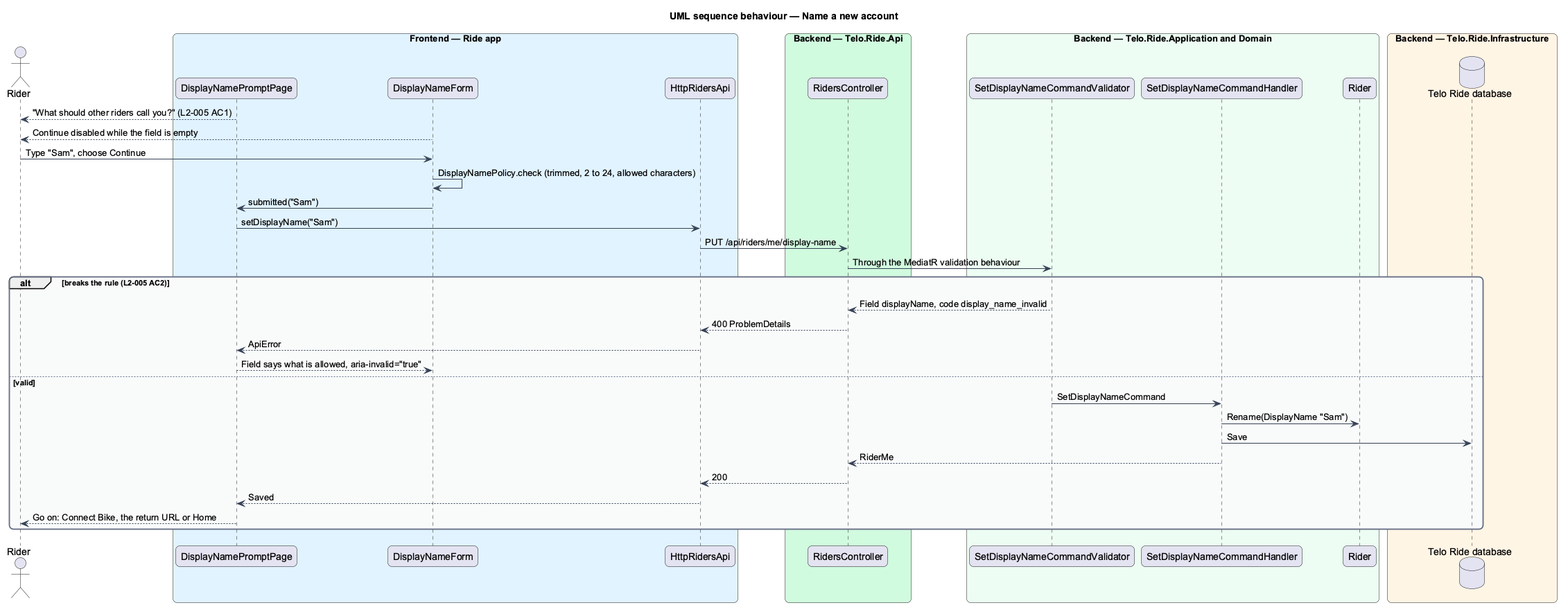
Above: docs/detailed-designs/accounts/choose-a-display-name/diagrams/sequence-name-a-new-account.png in QuinntyneBrown/ride-one (PlantUML), before the change.
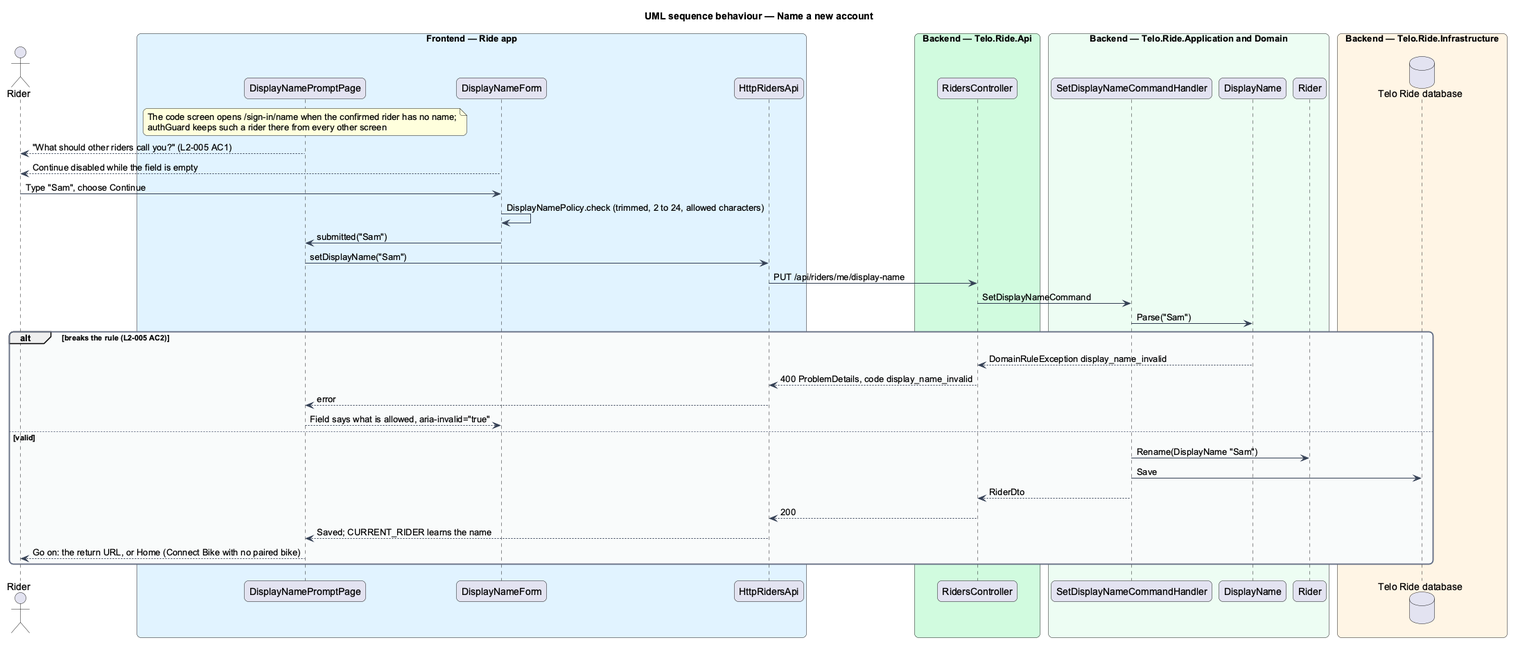
The same diagram one commit later.

What changed in the source:
```diff
@@ -24,13 +24,14 @@
   participant "RidersController" as ctrl
 end box
 box "Backend — Telo.Ride.Application and Domain" #ECFDF3
-  participant "SetDisplayNameCommandValidator" as validator
   participant "SetDisplayNameCommandHandler" as handler
+  participant "DisplayName" as name
   participant "Rider" as rider
 end box
 box "Backend — Telo.Ride.Infrastructure" #FFF4E5
   database "Telo Ride database" as db
 end box
+note over page : The code screen opens /sign-in/name when the confirmed rider has no name;\nauthGuard keeps such a rider there from every other screen
 page --> actor : "What should other riders call you?" (L2-005 AC1)
 form --> actor : Continue disabled while the field is empty
 actor -> form : Type "Sam", choose Continue
@@ -38,19 +39,19 @@
 form -> page : submitted("Sam")
 page -> client : setDisplayName("Sam")
 client -> ctrl : PUT /api/riders/me/display-name
-ctrl -> validator : Through the MediatR validation behaviour
+ctrl -> handler : SetDisplayNameCommand
+handler -> name : Parse("Sam")
 alt breaks the rule (L2-005 AC2)
-  validator --> ctrl : Field displayName, code display_name_invalid
-  ctrl --> client : 400 ProblemDetails
-  client --> page : ApiError
+  name --> ctrl : DomainRuleException display_name_invalid
+  ctrl --> client : 400 ProblemDetails, code display_name_invalid
+  client --> page : error
   page --> form : Field says what is allowed, aria-invalid="true"
 else valid
-  validator -> handler : SetDisplayNameCommand
   handler -> rider : Rename(DisplayName "Sam")
   handler -> db : Save
-  handler --> ctrl : RiderMe
+  handler --> ctrl : RiderDto
   ctrl --> client : 200
-  client --> page : Saved
-  page --> actor : Go on: Connect Bike, the return URL or Home
+  client --> page : Saved; CURRENT_RIDER learns the name
+  page --> actor : Go on: the return URL, or Home (Connect Bike with no paired bike)
 end
 @enduml
```
